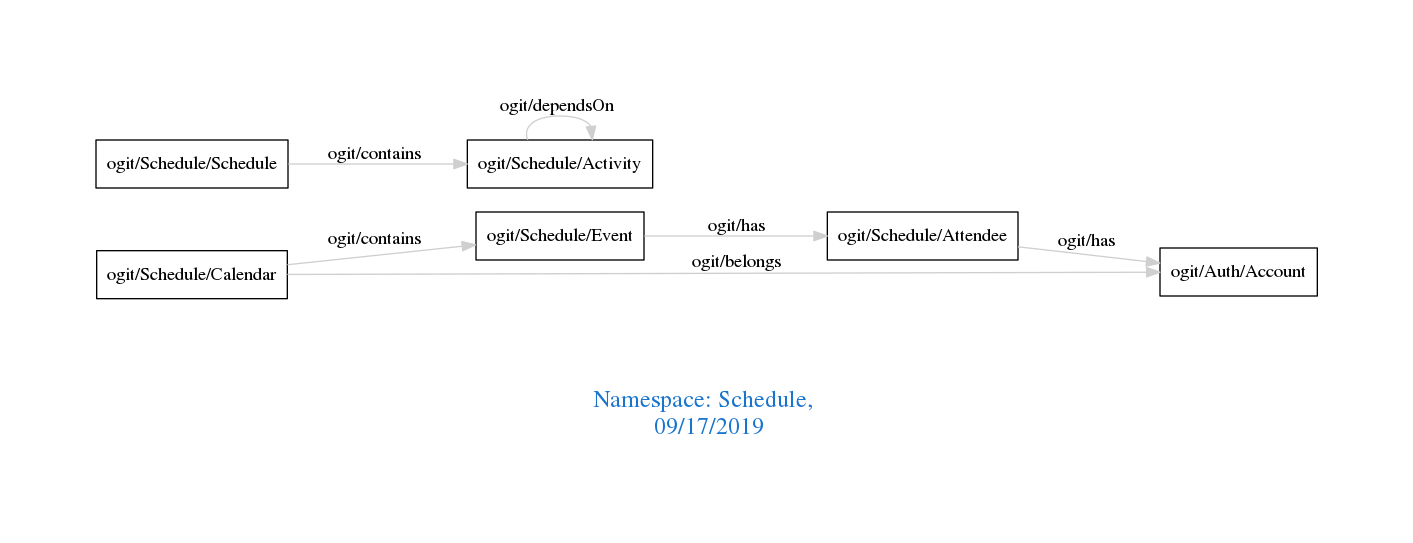
Earlier version of the Graphviz export downloads/Schedule.png (arago/OGIT). Its source is kept beside it as downloads/Schedule.dot.
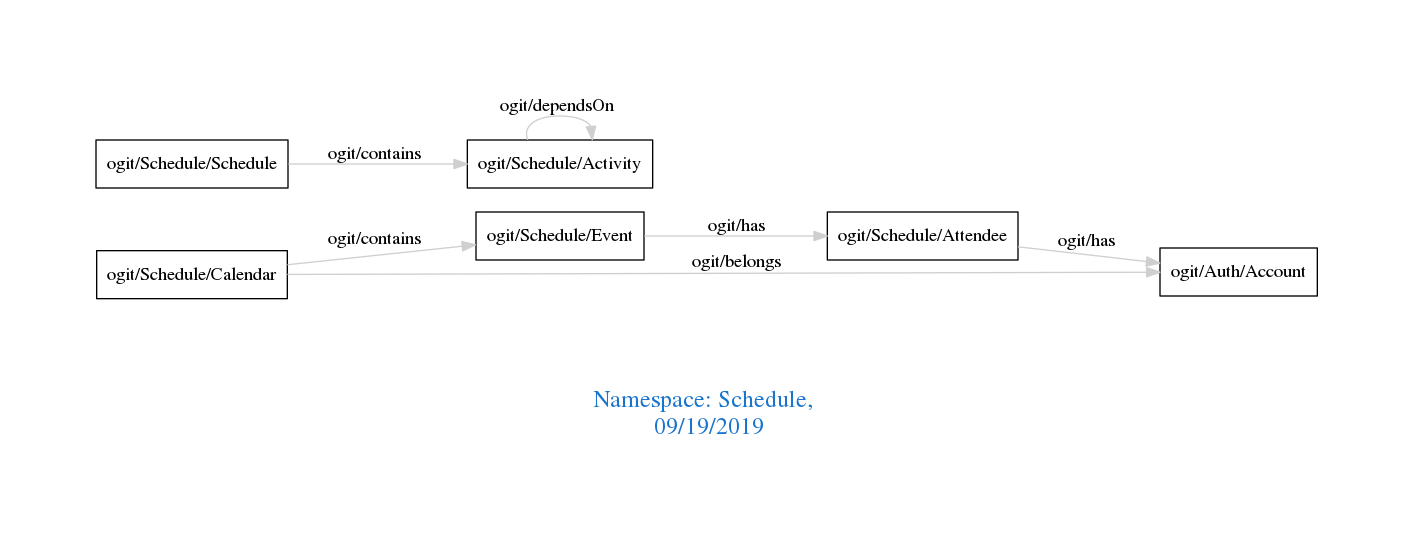
Above is the later version.

What changed in the source:
```diff
@@ -1,7 +1,7 @@
 digraph OGIT_ontology {
  graph [ rankdir= LR,pad=1
 fontsize = 18,
-fontcolor= dodgerblue3,label = "\n\n\nNamespace: Schedule, \n 09/17/2019"];
+fontcolor= dodgerblue3,label = "\n\n\nNamespace: Schedule, \n 09/19/2019"];
 node[shape=polygon];
 edge [  color="gray81"];
 
```
